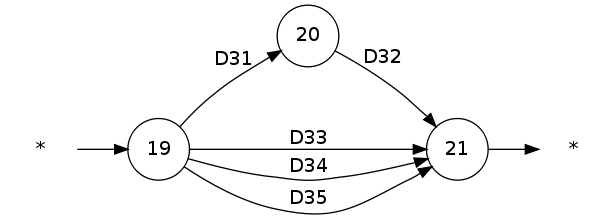
Earlier version of the Graphviz export Prácticas/P1/img/grafo_inicial_implementación.png (srug86/pgsiesi). Its source is kept beside it as Prácticas/P1/img/grafo_inicial_implementación.dot.
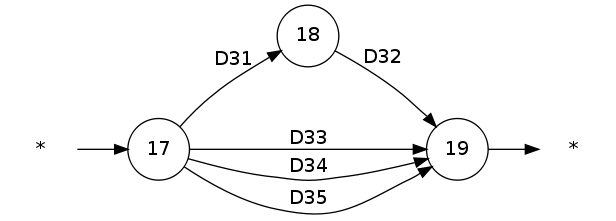
After the commit.

The edit, as a diff of the source:
```diff
@@ -3,11 +3,11 @@
 	ast1 [label = "*", shape=plaintext]
 	ast2 [label = "*", shape=plaintext]
 	node [shape = circle];
-	ast1 -> 19;
-	19 -> 20 [label = "D31"];
-	20 -> 21 [label = "D32"];
-	19 -> 21 [label = "D33"];
-	19 -> 21 [label = "D34"];
-	19 -> 21 [label = "D35"];
-	21 -> ast2;
+	ast1 -> 17;
+	17 -> 18 [label = "D31"];
+	18 -> 19 [label = "D32"];
+	17 -> 19 [label = "D33"];
+	17 -> 19 [label = "D34"];
+	17 -> 19 [label = "D35"];
+	19 -> ast2;
 }
```
